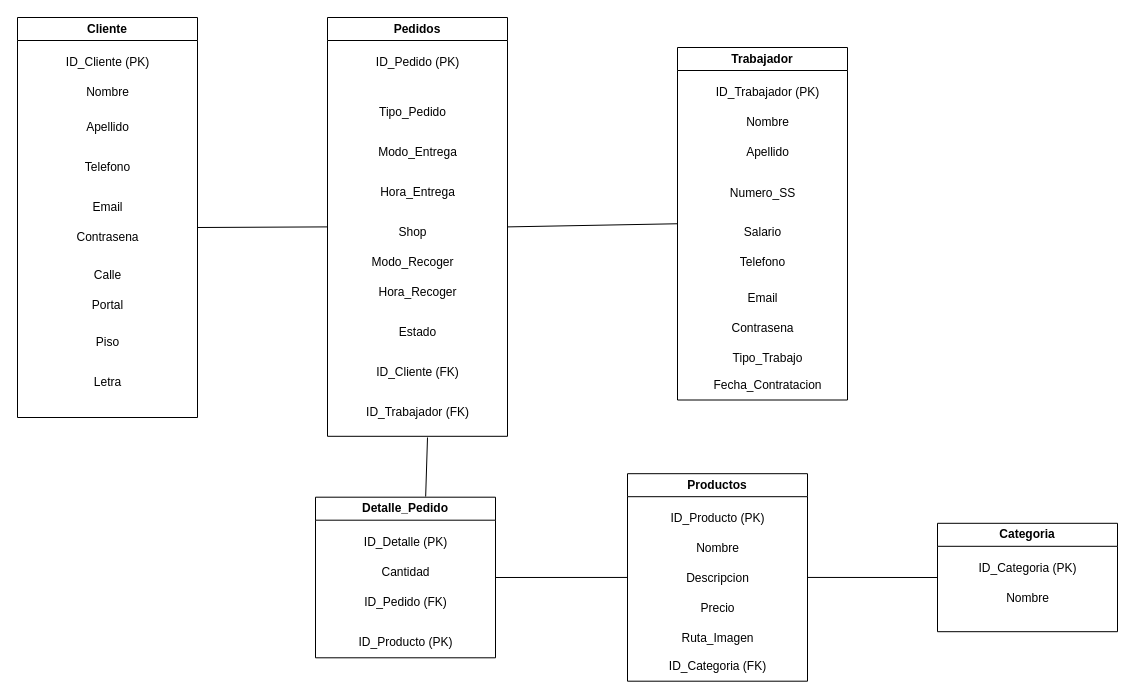
jblas7/web-final keeps this draw.io diagram as Modelo-Relacional/Modelo Relacional.drawio. Above is the earlier version. Source tidied: cells renumbered, new cells numbered last; positions are measured from the earlier drawing's top-left corner, leaving out a move shared by most shapes. Both pictures are drawn from the tidied source at 100%, with x=0, y=0 at pixel (17, 17).
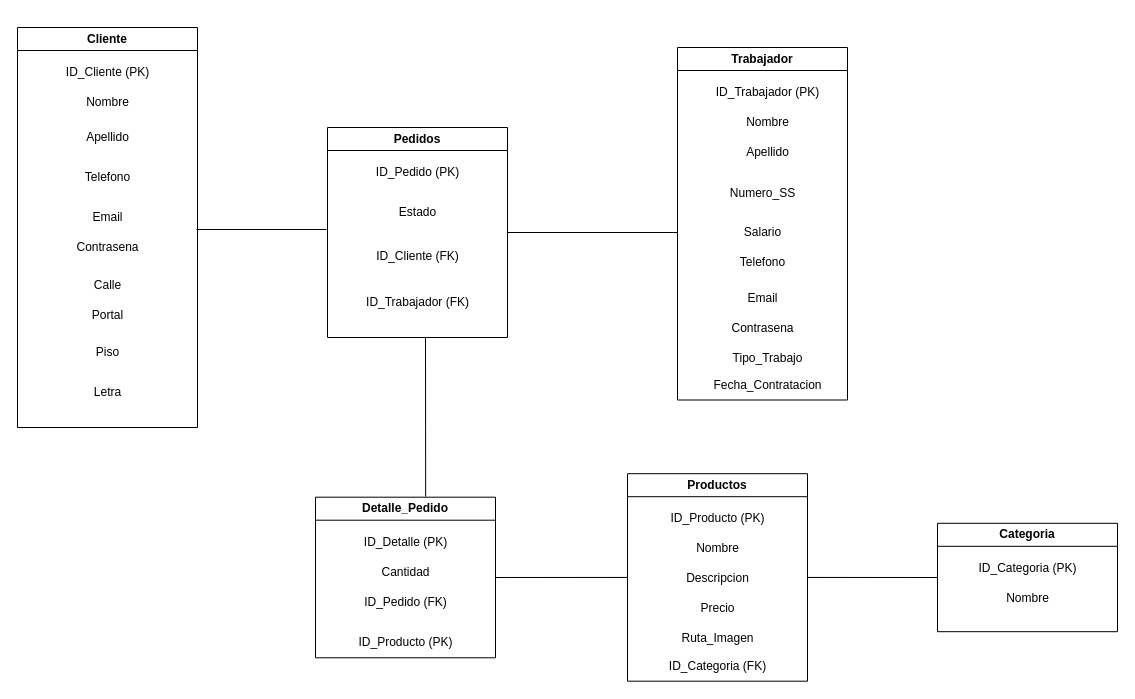
The same diagram, later.

Commit message (it also covers changes not shown here):
Actualizacion FINAL modelo relacional

Aplicados los ultimos cambios en la bbdd al modelo relacional

Unchanged cells that the change refers to:
```xml
<mxCell id="32" value="Detalle_Pedido" style="swimlane;whiteSpace=wrap;html=1;" parent="1" vertex="1">
  <mxGeometry x="298" y="479.7" width="180" height="160.6" as="geometry" />
</mxCell>
<mxCell id="37" value="Trabajador" style="swimlane;whiteSpace=wrap;html=1;" parent="1" vertex="1">
  <mxGeometry x="660" y="30" width="170" height="352.5" as="geometry" />
</mxCell>
```

What changed in the source:
```diff
@@
     <mxCell id="2" value="Cliente" style="swimlane;whiteSpace=wrap;html=1;" parent="1" vertex="1">
-      <mxGeometry width="180" height="400" as="geometry" />
+      <mxGeometry y="10" width="180" height="400" as="geometry" />
     </mxCell>
@@
     <mxCell id="13" value="Pedidos" style="swimlane;whiteSpace=wrap;html=1;" parent="1" vertex="1">
-      <mxGeometry x="310" width="180" height="418.8" as="geometry" />
+      <mxGeometry x="310" y="110" width="180" height="210" as="geometry" />
     </mxCell>
@@
-    <mxCell id="15" value="Tipo_Pedido" style="text;html=1;align=center;verticalAlign=middle;strokeColor=none;fillColor=none;" parent="13" vertex="1">
-      <mxGeometry x="40" y="80" width="90" height="30" as="geometry" />
-    </mxCell>
     <mxCell id="16" value="ID_Cliente (FK)" style="text;html=1;align=center;verticalAlign=middle;strokeColor=none;fillColor=none;" parent="13" vertex="1">
-      <mxGeometry x="35" y="340" width="110" height="30" as="geometry" />
+      <mxGeometry x="35" y="114.4" width="110" height="30" as="geometry" />
     </mxCell>
     <mxCell id="17" value="ID_Trabajador (FK)" style="text;html=1;align=center;verticalAlign=middle;strokeColor=none;fillColor=none;" parent="13" vertex="1">
-      <mxGeometry x="25" y="380" width="130" height="30" as="geometry" />
+      <mxGeometry x="25" y="160" width="130" height="30" as="geometry" />
     </mxCell>
-    <mxCell id="18" value="Shop" style="text;html=1;align=center;verticalAlign=middle;strokeColor=none;fillColor=none;" parent="13" vertex="1">
-      <mxGeometry x="60" y="200" width="50" height="30" as="geometry" />
-    </mxCell>
-    <mxCell id="19" value="Hora_Entrega" style="text;html=1;align=center;verticalAlign=middle;strokeColor=none;fillColor=none;" parent="13" vertex="1">
-      <mxGeometry x="40" y="160" width="100" height="30" as="geometry" />
-    </mxCell>
-    <mxCell id="20" value="Hora_Recoger" style="text;html=1;align=center;verticalAlign=middle;strokeColor=none;fillColor=none;" parent="13" vertex="1">
-      <mxGeometry x="40" y="260" width="100" height="30" as="geometry" />
-    </mxCell>
-    <mxCell id="21" style="endArrow=none;html=1;rounded=0;entryX=0;entryY=0.5;entryDx=0;entryDy=0;" parent="13" edge="1" target="13">
+    <mxCell id="21" style="endArrow=none;html=1;rounded=0;" parent="13" edge="1">
       <mxGeometry relative="1" as="geometry">
-        <mxPoint x="-130" y="210" as="sourcePoint" />
+        <mxPoint x="-131" y="102" as="sourcePoint" />
+        <mxPoint x="-1" y="102" as="targetPoint" />
       </mxGeometry>
     </mxCell>
-    <mxCell id="22" value="Modo_Recoger" style="text;html=1;align=center;verticalAlign=middle;strokeColor=none;fillColor=none;" parent="13" vertex="1">
-      <mxGeometry x="30" y="230" width="110" height="30" as="geometry" />
-    </mxCell>
     <mxCell id="23" value="Estado" style="text;html=1;align=center;verticalAlign=middle;strokeColor=none;fillColor=none;" parent="13" vertex="1">
-      <mxGeometry x="60" y="300" width="60" height="30" as="geometry" />
+      <mxGeometry x="60" y="70" width="60" height="30" as="geometry" />
     </mxCell>
-    <mxCell id="24" value="Modo_Entrega" style="text;html=1;align=center;verticalAlign=middle;strokeColor=none;fillColor=none;" parent="13" vertex="1">
-      <mxGeometry x="40" y="120" width="100" height="30" as="geometry" />
-    </mxCell>
@@
-    <mxCell id="48" style="endArrow=none;html=1;rounded=0;entryX=0;entryY=0.5;entryDx=0;entryDy=0;exitX=1;exitY=0.5;exitDx=0;exitDy=0;" parent="1" edge="1" source="13" target="37">
-      <mxGeometry relative="1" as="geometry" />
+    <mxCell id="48" style="endArrow=none;html=1;rounded=0;exitX=1;exitY=0.5;exitDx=0;exitDy=0;" parent="1" edge="1" source="13">
+      <mxGeometry relative="1" as="geometry">
+        <mxPoint x="660" y="215" as="targetPoint" />
+      </mxGeometry>
     </mxCell>
@@
     <mxCell id="54" style="endArrow=none;html=1;rounded=0;exitX=0.612;exitY=-0.004;exitDx=0;exitDy=0;exitPerimeter=0;" parent="1" edge="1" source="32">
       <mxGeometry relative="1" as="geometry">
-        <mxPoint x="410" y="420" as="targetPoint" />
+        <mxPoint x="408" y="320" as="targetPoint" />
       </mxGeometry>
     </mxCell>
```
